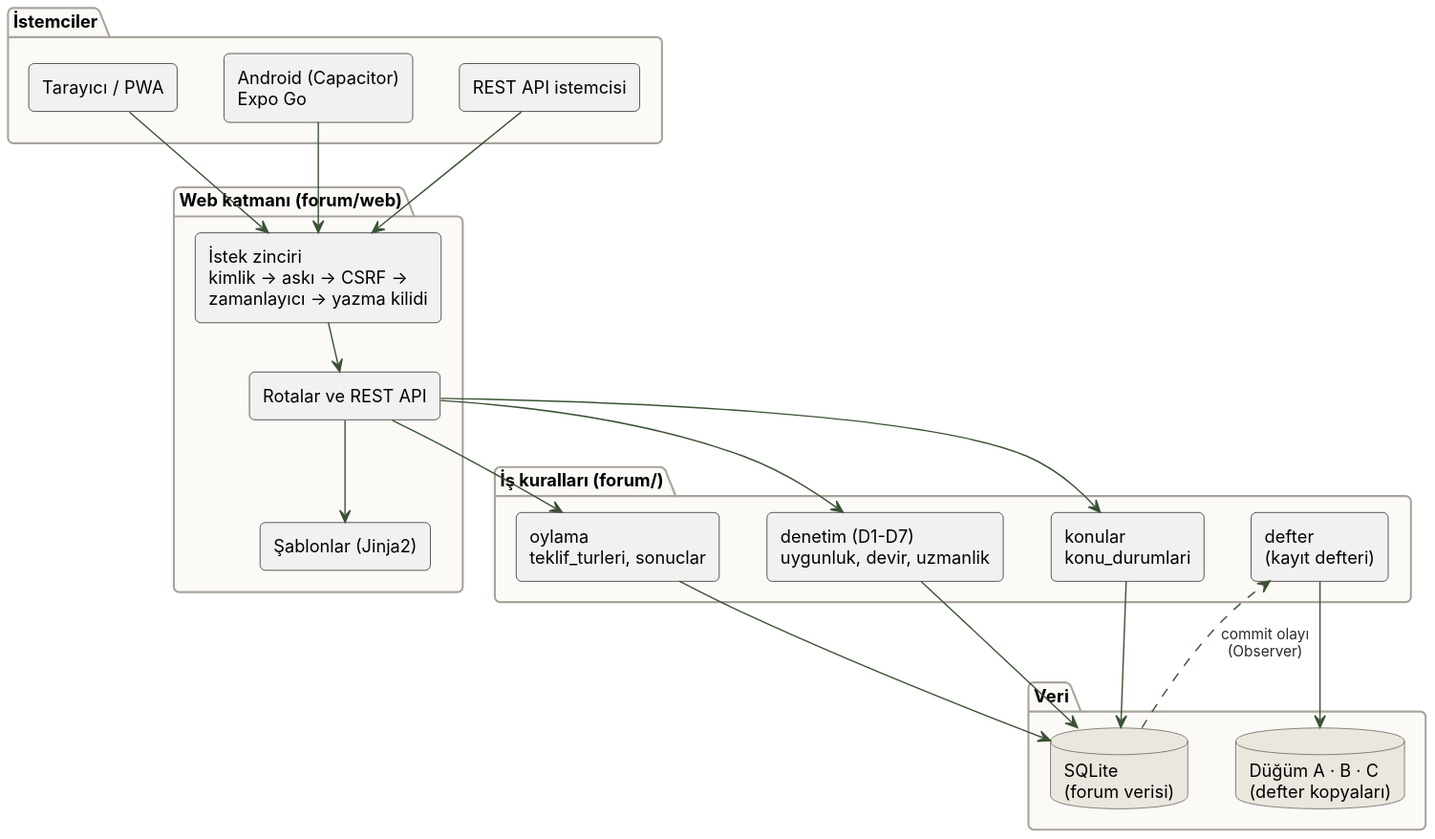
The PlantUML diagram docs/rapor/sekiller/s02_mimari.svg in Baki-B/YZM327-Odevler, before a commit.
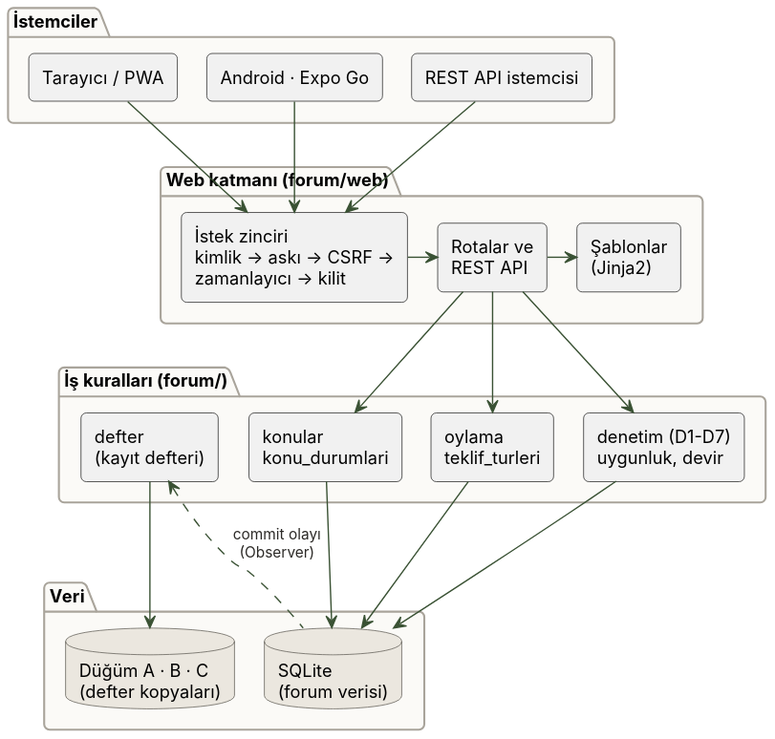
Above is the later version.

The edit, as a diff of the source:
```diff
@@ -1,22 +1,23 @@
 @startuml
 !include ../../uml/_stil.iuml
 skinparam componentStyle rectangle
-skinparam ranksep 35
+skinparam ranksep 45
+skinparam nodesep 22
 
 package "İstemciler" {
   [Tarayıcı / PWA] as C1
-  [Android (Capacitor)\nExpo Go] as C2
+  [Android · Expo Go] as C2
   [REST API istemcisi] as C3
 }
 package "Web katmanı (forum/web)" {
-  [İstek zinciri\nkimlik → askı → CSRF →\nzamanlayıcı → yazma kilidi] as W1
-  [Rotalar ve REST API] as W2
-  [Şablonlar (Jinja2)] as W3
+  [İstek zinciri\nkimlik → askı → CSRF →\nzamanlayıcı → kilit] as W1
+  [Rotalar ve\nREST API] as W2
+  [Şablonlar\n(Jinja2)] as W3
 }
 package "İş kuralları (forum/)" {
   [konular\nkonu_durumlari] as I1
-  [oylama\nteklif_turleri, sonuclar] as I2
-  [denetim (D1-D7)\nuygunluk, devir, uzmanlik] as I3
+  [oylama\nteklif_turleri] as I2
+  [denetim (D1-D7)\nuygunluk, devir] as I3
   [defter\n(kayıt defteri)] as I4
 }
 package "Veri" {
@@ -27,14 +28,14 @@
 C1 --> W1
 C2 --> W1
 C3 --> W1
-W1 --> W2
-W2 --> W3
+W1 -right-> W2
+W2 -right-> W3
 W2 --> I1
 W2 --> I2
 W2 --> I3
 I1 --> V1
 I2 --> V1
 I3 --> V1
-V1 ..> I4 : commit olayı\n(Observer)
+V1 .up.> I4 : commit olayı\n(Observer)
 I4 --> V2
 @enduml
```
